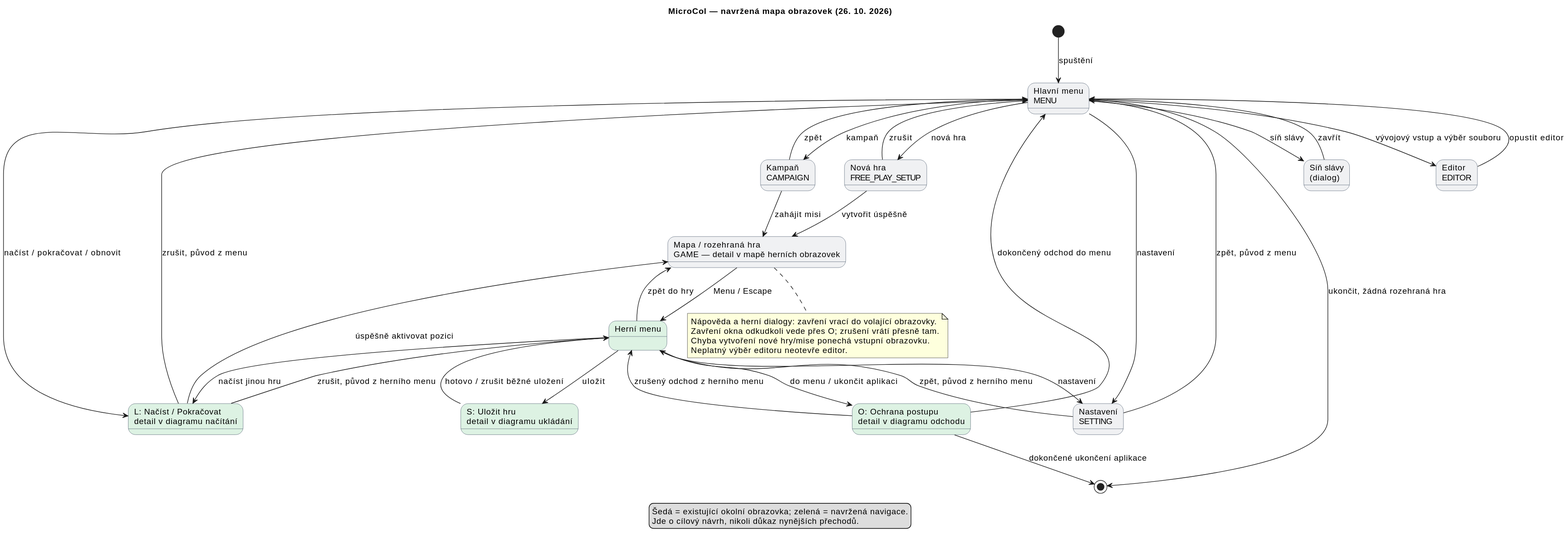
Earlier version of the PlantUML export docs/diagrams/save-load/navigation.svg (jajir/microcol).
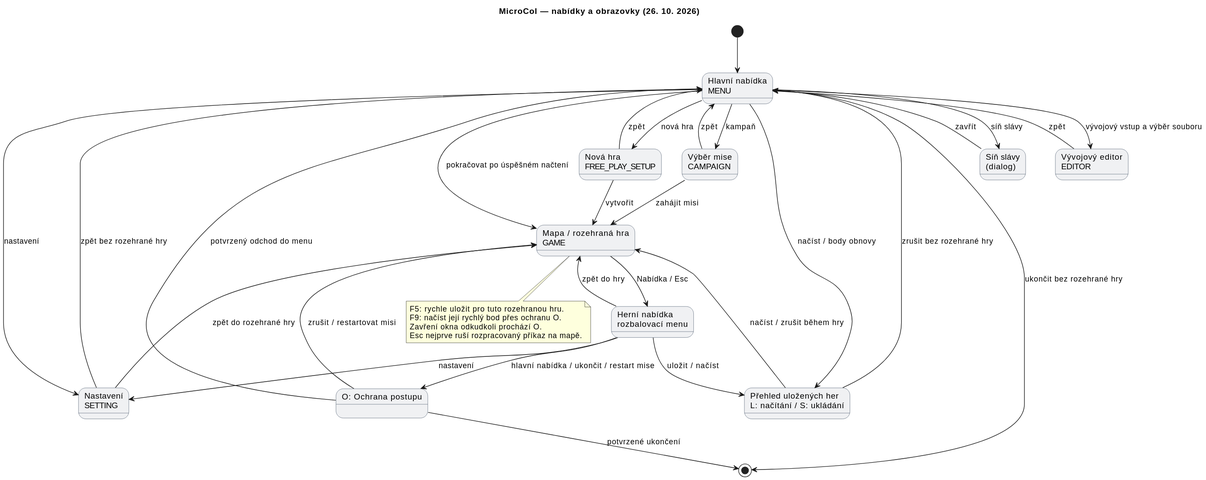
Above is the later version.

Diff of the diagram source:
```diff
@@ -1,62 +1,52 @@
 @startuml
-title MicroCol — navržená mapa obrazovek (26. 10. 2026)
-top to bottom direction
+title MicroCol — nabídky a obrazovky (26. 10. 2026)
 skinparam shadowing false
 skinparam defaultFontName SansSerif
-skinparam defaultFontSize 14
 skinparam state {
-  BackgroundColor #F0F1F3
-  BorderColor #475569
-  BackgroundColor<<navrh>> #DDF2E3
+ BackgroundColor #F0F1F3
+ BorderColor #475569
 }
-state "Hlavní menu\nMENU" as Main
+state "Hlavní nabídka\nMENU" as Main
 state "Nová hra\nFREE_PLAY_SETUP" as Setup
-state "Kampaň\nCAMPAIGN" as Campaign
+state "Výběr mise\nCAMPAIGN" as Campaign
 state "Nastavení\nSETTING" as Settings
 state "Síň slávy\n(dialog)" as Scores
-state "L: Načíst / Pokračovat\ndetail v diagramu načítání" as Load <<navrh>>
-state "Editor\nEDITOR" as Editor
-state "Mapa / rozehraná hra\nGAME — detail v mapě herních obrazovek" as Map
-state "Herní menu" as Pause <<navrh>>
-state "S: Uložit hru\ndetail v diagramu ukládání" as Save <<navrh>>
-state "O: Ochrana postupu\ndetail v diagramu odchodu" as Guard <<navrh>>
-[*] --> Main : spuštění
+state "Přehled uložených her\nL: načítání / S: ukládání" as Files
+state "Vývojový editor\nEDITOR" as Editor
+state "Mapa / rozehraná hra\nGAME" as Map
+state "Herní nabídka\nrozbalovací menu" as Menu
+state "O: Ochrana postupu" as Guard
+[*] --> Main
 Main --> Setup : nová hra
-Setup --> Main : zrušit
-Setup --> Map : vytvořit úspěšně
+Setup --> Main : zpět
+Setup --> Map : vytvořit
 Main --> Campaign : kampaň
 Campaign --> Main : zpět
 Campaign --> Map : zahájit misi
-Main --> Settings : nastavení
-Settings --> Main : zpět, původ z menu
 Main --> Scores : síň slávy
 Scores --> Main : zavřít
-Main --> Load : načíst / pokračovat / obnovit
-Load --> Main : zrušit, původ z menu
-Load --> Map : úspěšně aktivovat pozici
+Main --> Settings : nastavení
+Settings --> Main : zpět bez rozehrané hry
+Settings --> Map : zpět do rozehrané hry
+Main --> Files : načíst / body obnovy
+Files --> Main : zrušit bez rozehrané hry
+Files --> Map : načíst / zrušit během hry
+Main --> Map : pokračovat po úspěšném načtení
 Main --> Editor : vývojový vstup a výběr souboru
-Editor --> Main : opustit editor
-Map --> Pause : Menu / Escape
-Pause --> Map : zpět do hry
-Pause --> Settings : nastavení
-Settings --> Pause : zpět, původ z herního menu
-Pause --> Save : uložit
-Save --> Pause : hotovo / zrušit běžné uložení
-Pause --> Load : načíst jinou hru
-Load --> Pause : zrušit, původ z herního menu
-Pause --> Guard : do menu / ukončit aplikaci
-Guard --> Main : dokončený odchod do menu
-Guard --> Pause : zrušený odchod z herního menu
-Guard --> [*] : dokončené ukončení aplikace
-Main --> [*] : ukončit, žádná rozehraná hra
+Editor --> Main : zpět
+Map --> Menu : Nabídka / Esc
+Menu --> Map : zpět do hry
+Menu --> Settings : nastavení
+Menu --> Files : uložit / načíst
+Menu --> Guard : hlavní nabídka / ukončit / restart mise
+Guard --> Main : potvrzený odchod do menu
+Guard --> Map : zrušit / restartovat misi
+Guard --> [*] : potvrzené ukončení
+Main --> [*] : ukončit bez rozehrané hry
 note bottom of Map
-  Nápověda a herní dialogy: zavření vrací do volající obrazovky.
-  Zavření okna odkudkoli vede přes O; zrušení vrátí přesně tam.
-  Chyba vytvoření nové hry/mise ponechá vstupní obrazovku.
-  Neplatný výběr editoru neotevře editor.
+F5: rychle uložit pro tuto rozehranou hru.
+F9: načíst její rychlý bod přes ochranu O.
+Zavření okna odkudkoli prochází O.
+Esc nejprve ruší rozpracovaný příkaz na mapě.
 end note
-legend bottom
-  Šedá = existující okolní obrazovka; zelená = navržená navigace.
-  Jde o cílový návrh, nikoli důkaz nynějších přechodů.
-endlegend
 @enduml
```
